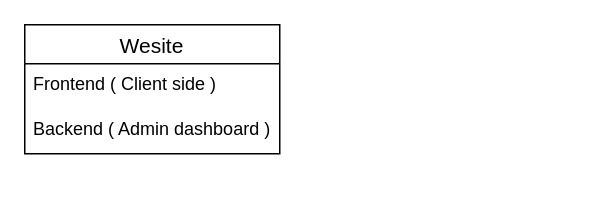
luonverak/ShopApi keeps this draw.io diagram as web_blog/app-design.drawio. Above is the earlier version. Source tidied: cells renumbered, new cells numbered last; positions are measured from the earlier drawing's top-left corner, leaving out a move shared by most shapes. Both pictures are drawn from the tidied source at 150%, with x=0, y=0 at pixel (24, 24).
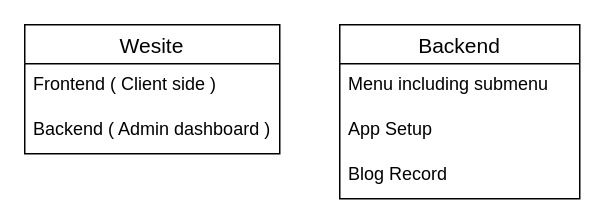
Above is the later version.

What changed in the source:
```diff
@@
 <mxGraphModel>
   <root>
     <mxCell id="0" />
     <mxCell id="1" parent="0" />
     <mxCell id="2" value="Wesite" style="swimlane;fontStyle=0;horizontal=1;startSize=26;align=center;fontSize=14;" parent="1" vertex="1">
       <mxGeometry width="170" height="86" as="geometry" />
     </mxCell>
     <mxCell id="3" value="Frontend ( Client side )" style="text;strokeColor=none;fillColor=none;spacingLeft=4;spacingRight=4;overflow=hidden;fontSize=12;" parent="2" vertex="1">
       <mxGeometry y="26" width="170" height="30" as="geometry" />
     </mxCell>
     <mxCell id="4" value="Backend ( Admin dashboard )" style="text;strokeColor=none;fillColor=none;spacingLeft=4;spacingRight=4;overflow=hidden;fontSize=12;" parent="2" vertex="1">
       <mxGeometry y="56" width="170" height="30" as="geometry" />
     </mxCell>
+    <mxCell id="5" value="Backend" style="swimlane;fontStyle=0;horizontal=1;startSize=26;align=center;fontSize=14;" parent="1" vertex="1">
+      <mxGeometry x="210" width="160" height="116" as="geometry" />
+    </mxCell>
+    <mxCell id="6" value="Menu including submenu" style="text;strokeColor=none;fillColor=none;spacingLeft=4;spacingRight=4;overflow=hidden;fontSize=12;" parent="5" vertex="1">
+      <mxGeometry y="26" width="160" height="30" as="geometry" />
+    </mxCell>
+    <mxCell id="7" value="App Setup" style="text;strokeColor=none;fillColor=none;spacingLeft=4;spacingRight=4;overflow=hidden;fontSize=12;" parent="5" vertex="1">
+      <mxGeometry y="56" width="160" height="30" as="geometry" />
+    </mxCell>
+    <mxCell id="8" value="Blog Record" style="text;strokeColor=none;fillColor=none;spacingLeft=4;spacingRight=4;overflow=hidden;fontSize=12;" parent="5" vertex="1">
+      <mxGeometry y="86" width="160" height="30" as="geometry" />
+    </mxCell>
   </root>
 </mxGraphModel>
```
